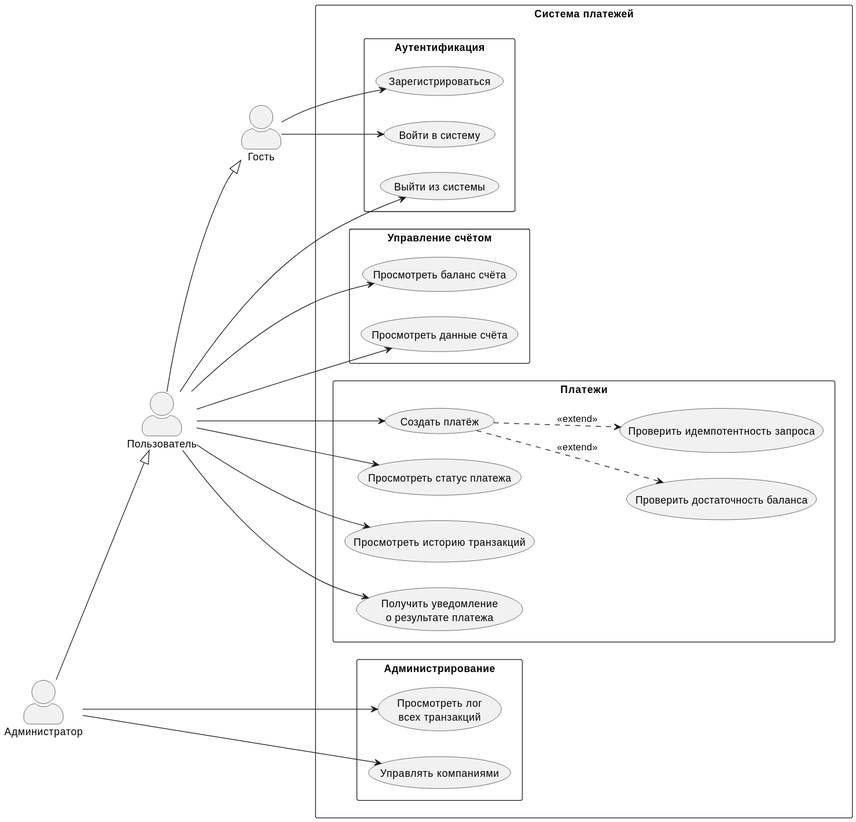
This is docs/img/usecases.svg from danilinkp/goflow-pay, a PlantUML export, as it was before one commit. Its diagram source:
```plantuml
@startuml
left to right direction
skinparam actorStyle awesome
skinparam packageStyle rectangle
skinparam usecaseWidth 600

actor "Гость" as Guest
actor "Пользователь" as User
actor "Администратор" as Admin

User --|> Guest
Admin --|> User

package "Система платежей" {
    package "Аутентификация" {
        usecase "Зарегистрироваться" as UC1
        usecase "Войти в систему" as UC2
        usecase "Выйти из системы" as UC3
    }

    package "Управление счётом" {
        usecase "Просмотреть баланс счёта" as UC4
        usecase "Просмотреть данные счёта" as UC5
    }

    package "Платежи" {
        usecase "Создать платёж" as UC6
        usecase "Просмотреть статус платежа" as UC7
        usecase "Просмотреть историю транзакций" as UC8
        usecase "Получить уведомление\nо результате платежа" as UC9

        usecase "Проверить достаточность баланса" as UC_ext1
        usecase "Проверить идемпотентность запроса" as UC_ext2
    }

    package "Администрирование" {
        usecase "Просмотреть лог\nвсех транзакций" as UC10
        usecase "Управлять компаниями" as UC11
    }
}


Guest --> UC1
Guest --> UC2

User --> UC3
User --> UC4
User --> UC5
User --> UC6
User --> UC7
User --> UC8
User --> UC9

Admin --> UC10
Admin --> UC11

UC6 ..> UC_ext1 : <<extend>>
UC6 ..> UC_ext2 : <<extend>>
@enduml
```
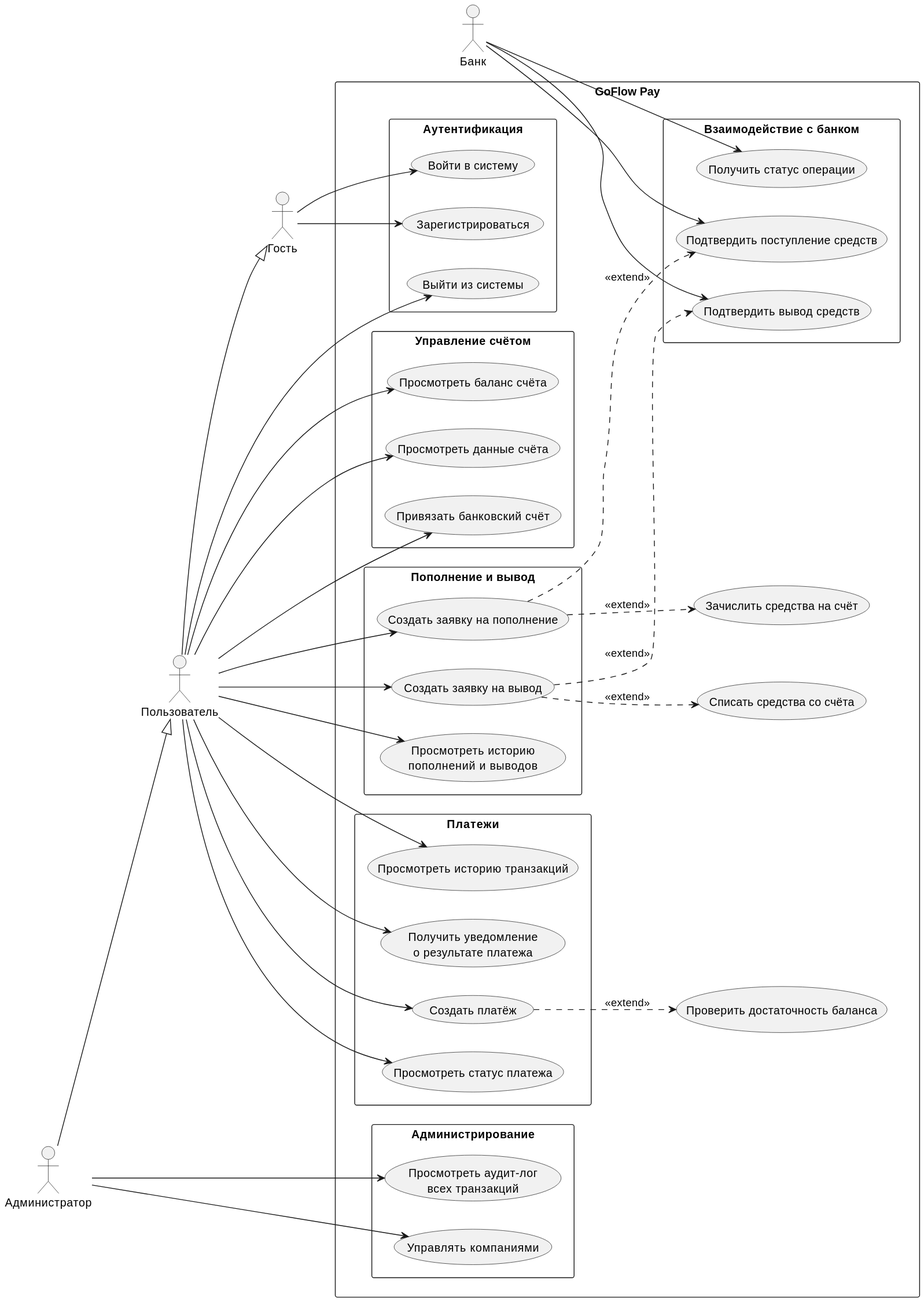
After the commit.

The edit, as a diff of the source:
```diff
@@ -1,17 +1,16 @@
 @startuml
 left to right direction
-skinparam actorStyle awesome
 skinparam packageStyle rectangle
-skinparam usecaseWidth 600
 
 actor "Гость" as Guest
 actor "Пользователь" as User
 actor "Администратор" as Admin
+actor "Банк" as Bank
 
 User --|> Guest
 Admin --|> User
 
-package "Система платежей" {
+rectangle "GoFlow Pay" {
     package "Аутентификация" {
         usecase "Зарегистрироваться" as UC1
         usecase "Войти в систему" as UC2
@@ -21,24 +20,37 @@
     package "Управление счётом" {
         usecase "Просмотреть баланс счёта" as UC4
         usecase "Просмотреть данные счёта" as UC5
+        usecase "Привязать банковский счёт" as UC6
+    }
+
+    package "Пополнение и вывод" {
+        usecase "Создать заявку на пополнение" as UC7
+        usecase "Создать заявку на вывод" as UC8
+        usecase "Просмотреть историю\nпополнений и выводов" as UC9
     }
 
     package "Платежи" {
-        usecase "Создать платёж" as UC6
-        usecase "Просмотреть статус платежа" as UC7
-        usecase "Просмотреть историю транзакций" as UC8
-        usecase "Получить уведомление\nо результате платежа" as UC9
-
-        usecase "Проверить достаточность баланса" as UC_ext1
-        usecase "Проверить идемпотентность запроса" as UC_ext2
+        usecase "Создать платёж" as UC10
+        usecase "Просмотреть статус платежа" as UC11
+        usecase "Просмотреть историю транзакций" as UC12
+        usecase "Получить уведомление\nо результате платежа" as UC13
     }
 
     package "Администрирование" {
-        usecase "Просмотреть лог\nвсех транзакций" as UC10
-        usecase "Управлять компаниями" as UC11
+        usecase "Просмотреть аудит-лог\nвсех транзакций" as UC14
+        usecase "Управлять компаниями" as UC15
     }
+
+    package "Взаимодействие с банком" {
+        usecase "Подтвердить поступление средств" as UC_bank1
+        usecase "Подтвердить вывод средств" as UC_bank2
+        usecase "Получить статус операции" as UC_bank3
+    }
+
+    usecase "Проверить достаточность баланса" as UC_ext1
+    usecase "Зачислить средства на счёт" as UC_ext2
+    usecase "Списать средства со счёта" as UC_ext3
 }
-
 
 Guest --> UC1
 Guest --> UC2
@@ -50,10 +62,21 @@
 User --> UC7
 User --> UC8
 User --> UC9
+User --> UC10
+User --> UC11
+User --> UC12
+User --> UC13
 
-Admin --> UC10
-Admin --> UC11
+Admin --> UC14
+Admin --> UC15
 
-UC6 ..> UC_ext1 : <<extend>>
-UC6 ..> UC_ext2 : <<extend>>
+Bank --> UC_bank1
+Bank --> UC_bank2
+Bank --> UC_bank3
+
+UC10 ..> UC_ext1  : <<extend>>
+UC7  ..> UC_bank1 : <<extend>>
+UC7  ..> UC_ext2  : <<extend>>
+UC8  ..> UC_bank2 : <<extend>>
+UC8  ..> UC_ext3  : <<extend>>
 @enduml
```
